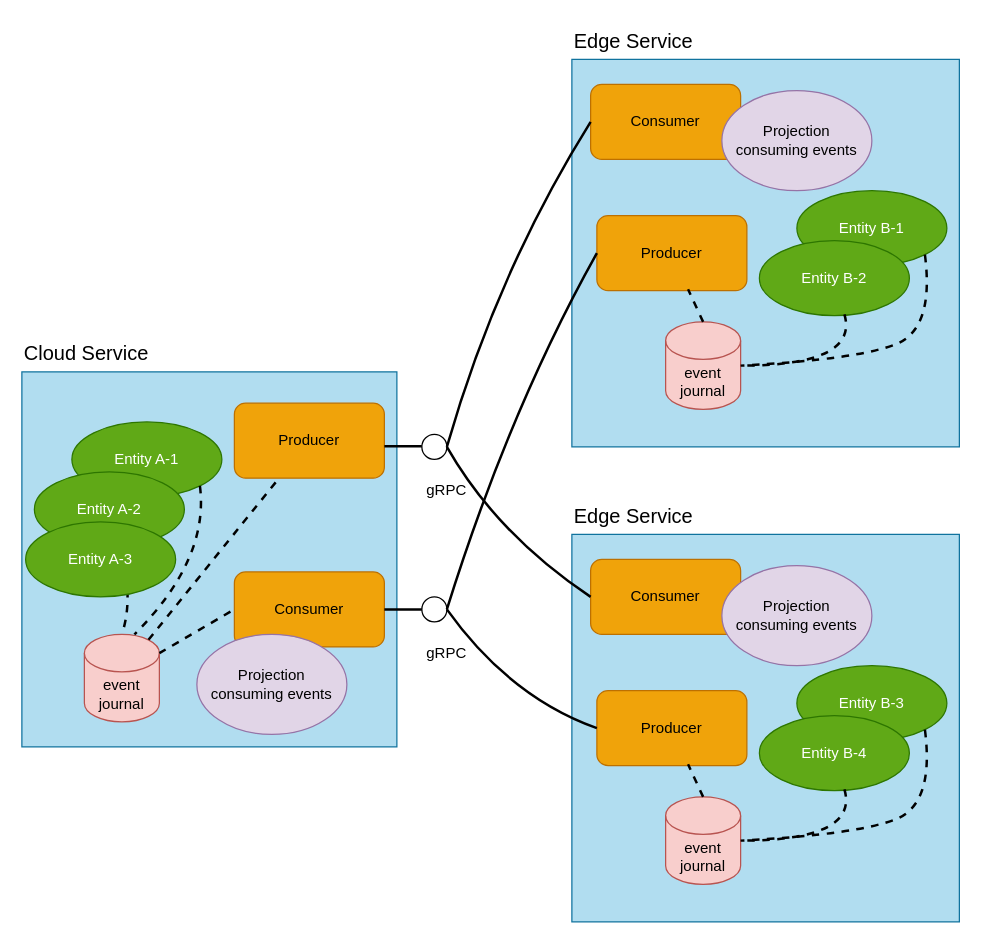
Earlier version of the draw.io diagram akka-edge-docs/src/main/paradox/images/overview.drawio (akka/akka-projection). Source tidied: cells renumbered, new cells numbered last; positions are measured from the earlier drawing's top-left corner, leaving out a move shared by most shapes. Both pictures are drawn from the tidied source at 125%, with x=0, y=0 at pixel (21, 21).
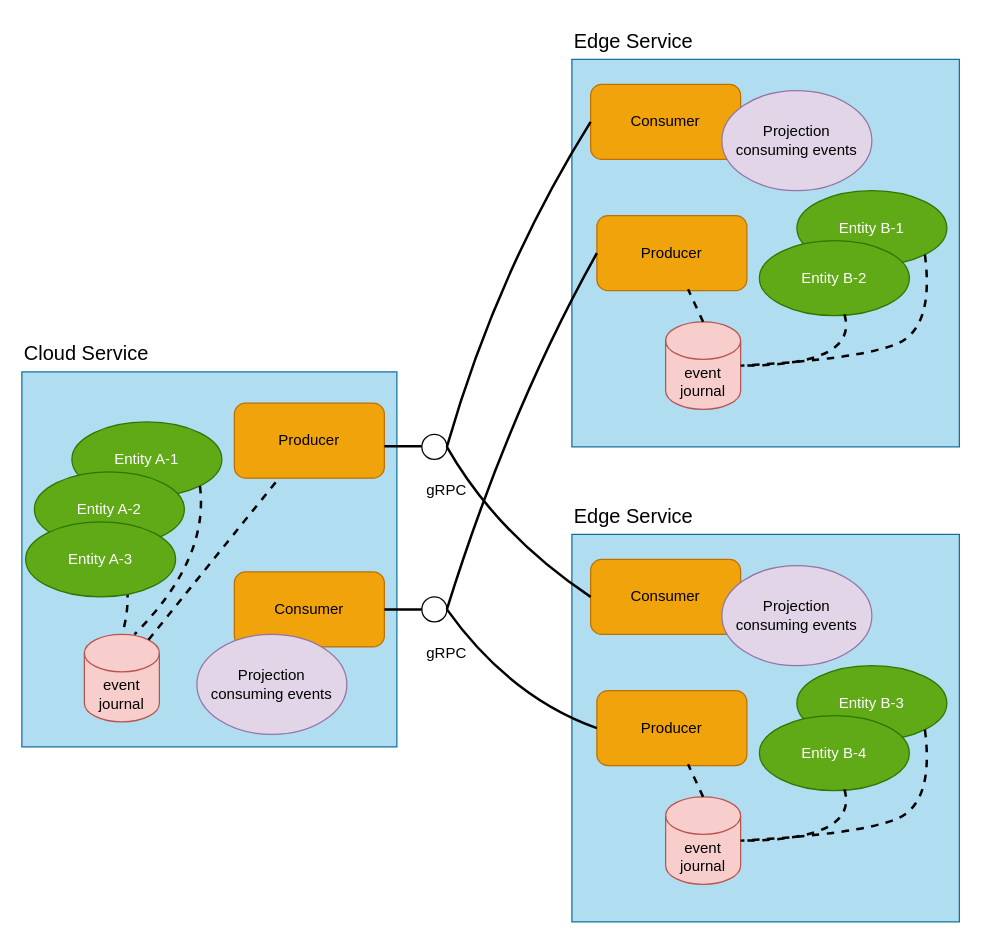
The same page after the edit.

The change refers to these unchanged cells:
```xml
<mxCell id="5" value="event journal" style="shape=cylinder3;whiteSpace=wrap;html=1;boundedLbl=1;backgroundOutline=1;size=15;fillColor=#f8cecc;strokeColor=#b85450;" parent="1" vertex="1">
  <mxGeometry x="50" y="490" width="60" height="70" as="geometry" />
</mxCell>
<mxCell id="18" value="Consumer" style="rounded=1;whiteSpace=wrap;html=1;fillColor=#f0a30a;fontColor=#000000;strokeColor=#BD7000;" parent="1" vertex="1">
  <mxGeometry x="170" y="440" width="120" height="60" as="geometry" />
</mxCell>
```

Change to the diagram source:
```diff
@@
-    <mxCell id="19" style="endArrow=none;html=1;exitX=1;exitY=0;exitDx=0;exitDy=15;strokeWidth=2;endFill=0;exitPerimeter=0;curved=1;dashed=1;entryX=0;entryY=0.5;entryDx=0;entryDy=0;" parent="1" edge="1" source="5" target="18">
-      <mxGeometry relative="1" as="geometry" />
-    </mxCell>
```
